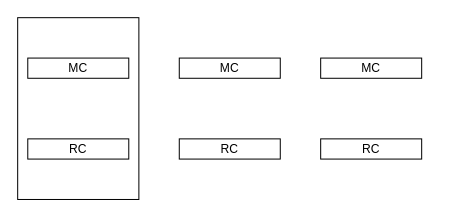
Earlier version of the draw.io diagram Untitled Diagram.drawio (gotrade/gotrade). Source tidied: cells renumbered, new cells numbered last; positions are measured from the earlier drawing's top-left corner, leaving out a move shared by most shapes. Both pictures are drawn from the tidied source at 101%, with x=0, y=0 at pixel (17, 17).
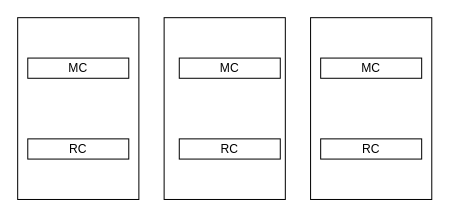
The same diagram, later.

The edit, as a diff of the source:
```diff
@@
 <mxGraphModel>
   <root>
     <mxCell id="0" />
     <mxCell id="1" parent="0" />
+    <mxCell id="9" style="rounded=0;whiteSpace=wrap;html=1;" parent="1" vertex="1">
+      <mxGeometry x="145" width="120" height="180" as="geometry" />
+    </mxCell>
+    <mxCell id="10" style="rounded=0;whiteSpace=wrap;html=1;" parent="1" vertex="1">
+      <mxGeometry x="290" width="120" height="180" as="geometry" />
+    </mxCell>
     <mxCell id="2" style="rounded=0;whiteSpace=wrap;html=1;" parent="1" vertex="1">
       <mxGeometry width="120" height="180" as="geometry" />
     </mxCell>
     <mxCell id="3" value="MC" style="rounded=0;whiteSpace=wrap;html=1;" parent="1" vertex="1">
       <mxGeometry x="10" y="40" width="100" height="20" as="geometry" />
     </mxCell>
     <mxCell id="4" value="RC" style="rounded=0;whiteSpace=wrap;html=1;" parent="1" vertex="1">
       <mxGeometry x="10" y="120" width="100" height="20" as="geometry" />
     </mxCell>
     <mxCell id="5" value="MC" style="rounded=0;whiteSpace=wrap;html=1;" parent="1" vertex="1">
       <mxGeometry x="160" y="40" width="100" height="20" as="geometry" />
     </mxCell>
     <mxCell id="6" value="RC" style="rounded=0;whiteSpace=wrap;html=1;" parent="1" vertex="1">
       <mxGeometry x="160" y="120" width="100" height="20" as="geometry" />
     </mxCell>
     <mxCell id="7" value="MC" style="rounded=0;whiteSpace=wrap;html=1;" parent="1" vertex="1">
       <mxGeometry x="300" y="40" width="100" height="20" as="geometry" />
     </mxCell>
     <mxCell id="8" value="RC" style="rounded=0;whiteSpace=wrap;html=1;" parent="1" vertex="1">
       <mxGeometry x="300" y="120" width="100" height="20" as="geometry" />
     </mxCell>
   </root>
 </mxGraphModel>
```
